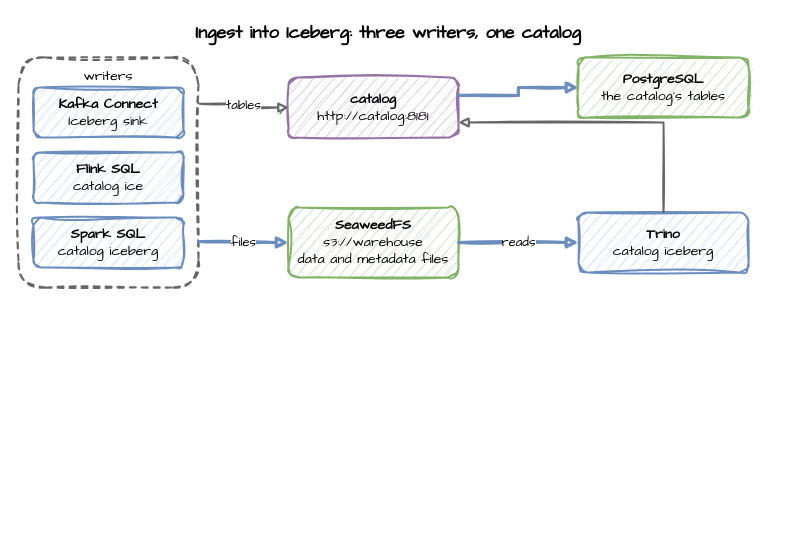
The draw.io diagram docs/images/path-iceberg.drawio in jaehyeon-kim/odctl, before the edit. Source tidied: cells renumbered, new cells numbered last; positions are measured from the earlier drawing's top-left corner, leaving out a move shared by most shapes. Both pictures are drawn from the tidied source at 100%, with x=0, y=0 at pixel (18, 17).
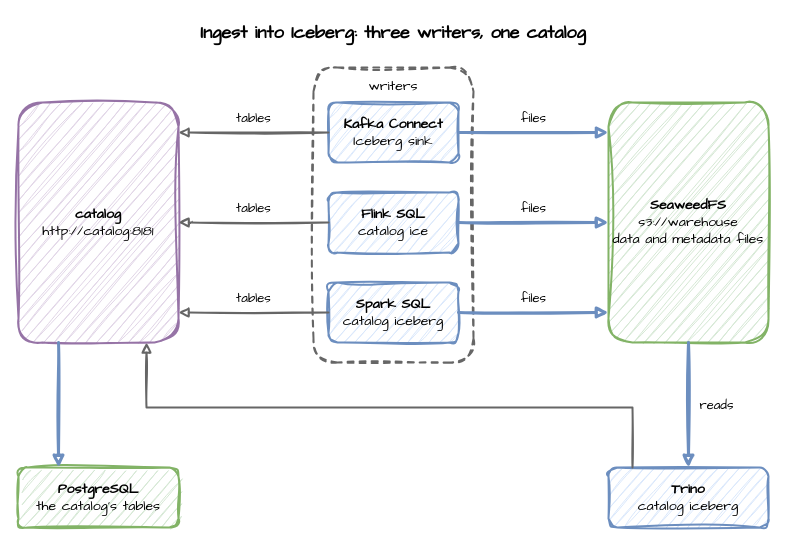
The same diagram, later.

What changed in the source:
```diff
@@
     <mxCell id="2" value="Ingest into Iceberg: three writers, one catalog" style="text;html=1;align=center;verticalAlign=middle;whiteSpace=wrap;fontFamily=Comic Sans MS;fontSize=18;fontStyle=1;" parent="1" vertex="1">
-      <mxGeometry width="740" height="30" as="geometry" />
+      <mxGeometry width="750" height="30" as="geometry" />
     </mxCell>
+    <mxCell id="7" value="&lt;b&gt;catalog&lt;/b&gt;&lt;br&gt;http://catalog:8181" style="rounded=1;whiteSpace=wrap;html=1;sketch=1;curveFitting=1;jiggle=2;fontFamily=Comic Sans MS;fontSize=14;strokeWidth=2;fillColor=#e1d5e7;strokeColor=#9673a6;" parent="1" vertex="1">
+      <mxGeometry y="85" width="160" height="240" as="geometry" />
+    </mxCell>
     <mxCell id="3" value="writers" style="rounded=1;whiteSpace=wrap;html=1;sketch=1;curveFitting=1;jiggle=2;fontFamily=Comic Sans MS;fontSize=14;fillColor=none;strokeColor=#666666;strokeWidth=2;dashed=1;verticalAlign=top;align=center;spacingTop=4;" parent="1" vertex="1">
-      <mxGeometry y="40" width="180" height="230" as="geometry" />
+      <mxGeometry x="295" y="50" width="160" height="295" as="geometry" />
     </mxCell>
     <mxCell id="4" value="&lt;b&gt;Kafka Connect&lt;/b&gt;&lt;br&gt;Iceberg sink" style="rounded=1;whiteSpace=wrap;html=1;sketch=1;curveFitting=1;jiggle=2;fontFamily=Comic Sans MS;fontSize=14;strokeWidth=2;fillColor=#dae8fc;strokeColor=#6c8ebf;" parent="1" vertex="1">
-      <mxGeometry x="15" y="70" width="150" height="50" as="geometry" />
+      <mxGeometry x="310" y="85" width="130" height="60" as="geometry" />
     </mxCell>
     <mxCell id="5" value="&lt;b&gt;Flink SQL&lt;/b&gt;&lt;br&gt;catalog ice" style="rounded=1;whiteSpace=wrap;html=1;sketch=1;curveFitting=1;jiggle=2;fontFamily=Comic Sans MS;fontSize=14;strokeWidth=2;fillColor=#dae8fc;strokeColor=#6c8ebf;" parent="1" vertex="1">
-      <mxGeometry x="15" y="135" width="150" height="50" as="geometry" />
+      <mxGeometry x="310" y="175" width="130" height="60" as="geometry" />
     </mxCell>
     <mxCell id="6" value="&lt;b&gt;Spark SQL&lt;/b&gt;&lt;br&gt;catalog iceberg" style="rounded=1;whiteSpace=wrap;html=1;sketch=1;curveFitting=1;jiggle=2;fontFamily=Comic Sans MS;fontSize=14;strokeWidth=2;fillColor=#dae8fc;strokeColor=#6c8ebf;" parent="1" vertex="1">
-      <mxGeometry x="15" y="200" width="150" height="50" as="geometry" />
+      <mxGeometry x="310" y="265" width="130" height="60" as="geometry" />
     </mxCell>
-    <mxCell id="7" value="&lt;b&gt;catalog&lt;/b&gt;&lt;br&gt;http://catalog:8181" style="rounded=1;whiteSpace=wrap;html=1;sketch=1;curveFitting=1;jiggle=2;fontFamily=Comic Sans MS;fontSize=14;strokeWidth=2;fillColor=#e1d5e7;strokeColor=#9673a6;" parent="1" vertex="1">
-      <mxGeometry x="270" y="60" width="170" height="60" as="geometry" />
-    </mxCell>
     <mxCell id="8" value="&lt;b&gt;SeaweedFS&lt;/b&gt;&lt;br&gt;s3://warehouse&lt;br&gt;data and metadata files" style="rounded=1;whiteSpace=wrap;html=1;sketch=1;curveFitting=1;jiggle=2;fontFamily=Comic Sans MS;fontSize=14;strokeWidth=2;fillColor=#d5e8d4;strokeColor=#82b366;" parent="1" vertex="1">
-      <mxGeometry x="270" y="190" width="170" height="70" as="geometry" />
+      <mxGeometry x="590" y="85" width="160" height="240" as="geometry" />
     </mxCell>
     <mxCell id="9" value="&lt;b&gt;PostgreSQL&lt;/b&gt;&lt;br&gt;the catalog's tables" style="rounded=1;whiteSpace=wrap;html=1;sketch=1;curveFitting=1;jiggle=2;fontFamily=Comic Sans MS;fontSize=14;strokeWidth=2;fillColor=#d5e8d4;strokeColor=#82b366;" parent="1" vertex="1">
-      <mxGeometry x="560" y="40" width="170" height="60" as="geometry" />
+      <mxGeometry y="450" width="160" height="60" as="geometry" />
     </mxCell>
     <mxCell id="10" value="&lt;b&gt;Trino&lt;/b&gt;&lt;br&gt;catalog iceberg" style="rounded=1;whiteSpace=wrap;html=1;sketch=1;curveFitting=1;jiggle=2;fontFamily=Comic Sans MS;fontSize=14;strokeWidth=2;fillColor=#dae8fc;strokeColor=#6c8ebf;" parent="1" vertex="1">
-      <mxGeometry x="560" y="195" width="170" height="60" as="geometry" />
+      <mxGeometry x="590" y="450" width="160" height="60" as="geometry" />
     </mxCell>
-    <mxCell id="11" value="tables" style="edgeStyle=orthogonalEdgeStyle;rounded=0;sketch=1;html=1;endArrow=block;fontFamily=Comic Sans MS;fontSize=13;labelBackgroundColor=#ffffff;strokeWidth=2;strokeColor=#666666;exitX=1;exitY=0.2;exitDx=0;exitDy=0;entryX=0;entryY=0.5;entryDx=0;entryDy=0;" parent="1" edge="1" source="3" target="7">
-      <mxGeometry relative="1" as="geometry" />
-    </mxCell>
-    <mxCell id="12" value="files" style="edgeStyle=orthogonalEdgeStyle;rounded=0;sketch=1;html=1;endArrow=block;fontFamily=Comic Sans MS;fontSize=13;labelBackgroundColor=#ffffff;strokeWidth=3;strokeColor=#6c8ebf;exitX=1;exitY=0.8;exitDx=0;exitDy=0;entryX=0;entryY=0.5;entryDx=0;entryDy=0;" parent="1" edge="1" source="3" target="8">
-      <mxGeometry relative="1" as="geometry" />
-    </mxCell>
+    <mxCell id="16" value="tables" style="edgeStyle=orthogonalEdgeStyle;rounded=0;sketch=1;html=1;endArrow=block;fontFamily=Comic Sans MS;fontSize=13;labelBackgroundColor=#ffffff;strokeWidth=2;strokeColor=#666666;exitX=0;exitY=0.5;exitDx=0;exitDy=0;entryX=1;entryY=0.125;entryDx=0;entryDy=0;" parent="1" edge="1" source="4" target="7">
+      <mxGeometry relative="1" as="geometry">
+        <mxPoint y="-14" as="offset" />
+      </mxGeometry>
+    </mxCell>
+    <mxCell id="17" value="files" style="edgeStyle=orthogonalEdgeStyle;rounded=0;sketch=1;html=1;endArrow=block;fontFamily=Comic Sans MS;fontSize=13;labelBackgroundColor=#ffffff;strokeWidth=3;strokeColor=#6c8ebf;exitX=1;exitY=0.5;exitDx=0;exitDy=0;entryX=0;entryY=0.125;entryDx=0;entryDy=0;" parent="1" edge="1" source="4" target="8">
+      <mxGeometry relative="1" as="geometry">
+        <mxPoint y="-14" as="offset" />
+      </mxGeometry>
+    </mxCell>
+    <mxCell id="18" value="tables" style="edgeStyle=orthogonalEdgeStyle;rounded=0;sketch=1;html=1;endArrow=block;fontFamily=Comic Sans MS;fontSize=13;labelBackgroundColor=#ffffff;strokeWidth=2;strokeColor=#666666;exitX=0;exitY=0.5;exitDx=0;exitDy=0;entryX=1;entryY=0.5;entryDx=0;entryDy=0;" parent="1" edge="1" source="5" target="7">
+      <mxGeometry relative="1" as="geometry">
+        <mxPoint y="-14" as="offset" />
+      </mxGeometry>
+    </mxCell>
+    <mxCell id="19" value="files" style="edgeStyle=orthogonalEdgeStyle;rounded=0;sketch=1;html=1;endArrow=block;fontFamily=Comic Sans MS;fontSize=13;labelBackgroundColor=#ffffff;strokeWidth=3;strokeColor=#6c8ebf;exitX=1;exitY=0.5;exitDx=0;exitDy=0;entryX=0;entryY=0.5;entryDx=0;entryDy=0;" parent="1" edge="1" source="5" target="8">
+      <mxGeometry relative="1" as="geometry">
+        <mxPoint y="-14" as="offset" />
+      </mxGeometry>
+    </mxCell>
+    <mxCell id="20" value="tables" style="edgeStyle=orthogonalEdgeStyle;rounded=0;sketch=1;html=1;endArrow=block;fontFamily=Comic Sans MS;fontSize=13;labelBackgroundColor=#ffffff;strokeWidth=2;strokeColor=#666666;exitX=0;exitY=0.5;exitDx=0;exitDy=0;entryX=1;entryY=0.875;entryDx=0;entryDy=0;" parent="1" edge="1" source="6" target="7">
+      <mxGeometry relative="1" as="geometry">
+        <mxPoint y="-14" as="offset" />
+      </mxGeometry>
+    </mxCell>
+    <mxCell id="21" value="files" style="edgeStyle=orthogonalEdgeStyle;rounded=0;sketch=1;html=1;endArrow=block;fontFamily=Comic Sans MS;fontSize=13;labelBackgroundColor=#ffffff;strokeWidth=3;strokeColor=#6c8ebf;exitX=1;exitY=0.5;exitDx=0;exitDy=0;entryX=0;entryY=0.875;entryDx=0;entryDy=0;" parent="1" edge="1" source="6" target="8">
+      <mxGeometry relative="1" as="geometry">
+        <mxPoint y="-14" as="offset" />
+      </mxGeometry>
+    </mxCell>
-    <mxCell id="13" style="edgeStyle=orthogonalEdgeStyle;rounded=0;sketch=1;html=1;endArrow=block;fontFamily=Comic Sans MS;fontSize=13;labelBackgroundColor=#ffffff;strokeWidth=3;strokeColor=#6c8ebf;exitX=1;exitY=0.3;exitDx=0;exitDy=0;entryX=0;entryY=0.5;entryDx=0;entryDy=0;" parent="1" edge="1" source="7" target="9">
+    <mxCell id="13" style="edgeStyle=orthogonalEdgeStyle;rounded=0;sketch=1;html=1;endArrow=block;fontFamily=Comic Sans MS;fontSize=13;labelBackgroundColor=#ffffff;strokeWidth=3;strokeColor=#6c8ebf;exitX=0.25;exitY=1;exitDx=0;exitDy=0;entryX=0.25;entryY=0;entryDx=0;entryDy=0;" parent="1" edge="1" source="7" target="9">
       <mxGeometry relative="1" as="geometry" />
     </mxCell>
+    <mxCell id="15" value="reads" style="edgeStyle=orthogonalEdgeStyle;rounded=0;sketch=1;html=1;endArrow=block;fontFamily=Comic Sans MS;fontSize=13;labelBackgroundColor=#ffffff;strokeWidth=3;strokeColor=#6c8ebf;exitX=0.5;exitY=1;exitDx=0;exitDy=0;entryX=0.5;entryY=0;entryDx=0;entryDy=0;" parent="1" edge="1" source="8" target="10">
+      <mxGeometry relative="1" as="geometry">
+        <mxPoint x="28" as="offset" />
+      </mxGeometry>
+    </mxCell>
-    <mxCell id="14" style="edgeStyle=orthogonalEdgeStyle;rounded=0;sketch=1;html=1;endArrow=block;fontFamily=Comic Sans MS;fontSize=13;labelBackgroundColor=#ffffff;strokeWidth=2;strokeColor=#666666;exitX=0.5;exitY=0;exitDx=0;exitDy=0;entryX=1;entryY=0.75;entryDx=0;entryDy=0;" parent="1" edge="1" source="10" target="7">
-      <mxGeometry relative="1" as="geometry" />
+    <mxCell id="14" style="edgeStyle=orthogonalEdgeStyle;rounded=0;sketch=1;html=1;endArrow=block;fontFamily=Comic Sans MS;fontSize=13;labelBackgroundColor=#ffffff;strokeWidth=2;strokeColor=#666666;exitX=0.15;exitY=0;exitDx=0;exitDy=0;entryX=0.8;entryY=1;entryDx=0;entryDy=0;" parent="1" edge="1" source="10" target="7">
+      <mxGeometry relative="1" as="geometry">
+        <Array as="points">
+          <mxPoint x="614" y="390" />
+          <mxPoint x="128" y="390" />
+        </Array>
+      </mxGeometry>
     </mxCell>
-    <mxCell id="15" value="reads" style="edgeStyle=orthogonalEdgeStyle;rounded=0;sketch=1;html=1;endArrow=block;fontFamily=Comic Sans MS;fontSize=13;labelBackgroundColor=#ffffff;strokeWidth=3;strokeColor=#6c8ebf;" parent="1" edge="1" source="8" target="10">
-      <mxGeometry relative="1" as="geometry" />
-    </mxCell>
```
